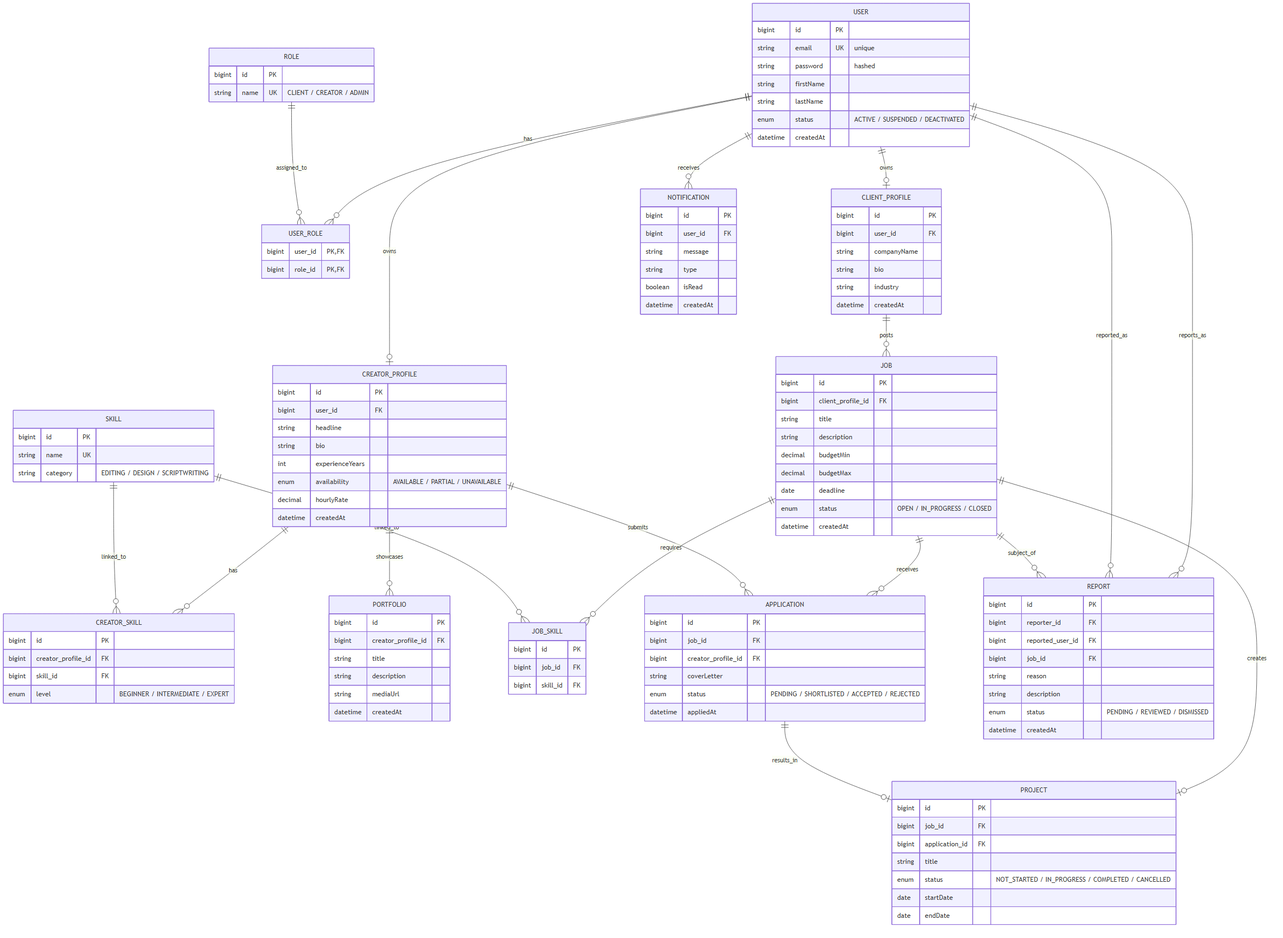
Above: docs/diagrams/er-diagram.png in hanush301102-sudo/capstone (Mermaid), before the change. Its source is kept beside it as docs/diagrams/er-diagram.mmd. Its diagram source:
```mermaid
erDiagram
    USER ||--o{ USER_ROLE : has
    ROLE ||--o{ USER_ROLE : assigned_to
    USER ||--o| CLIENT_PROFILE : owns
    USER ||--o| CREATOR_PROFILE : owns
    CREATOR_PROFILE ||--o{ CREATOR_SKILL : has
    SKILL ||--o{ CREATOR_SKILL : linked_to
    CREATOR_PROFILE ||--o{ PORTFOLIO : showcases
    CLIENT_PROFILE ||--o{ JOB : posts
    JOB ||--o{ JOB_SKILL : requires
    SKILL ||--o{ JOB_SKILL : linked_to
    JOB ||--o{ APPLICATION : receives
    CREATOR_PROFILE ||--o{ APPLICATION : submits
    JOB ||--o| PROJECT : creates
    APPLICATION ||--o| PROJECT : results_in
    USER ||--o{ NOTIFICATION : receives
    USER ||--o{ REPORT : reports_as
    USER ||--o{ REPORT : reported_as
    JOB ||--o{ REPORT : subject_of

    USER {
        bigint id PK
        string email UK "unique"
        string password "hashed"
        string firstName
        string lastName
        enum status "ACTIVE / SUSPENDED / DEACTIVATED"
        datetime createdAt
    }

    ROLE {
        bigint id PK
        string name UK "CLIENT / CREATOR / ADMIN"
    }

    USER_ROLE {
        bigint user_id PK,FK
        bigint role_id PK,FK
    }

    CLIENT_PROFILE {
        bigint id PK
        bigint user_id FK
        string companyName
        string bio
        string industry
        datetime createdAt
    }

    CREATOR_PROFILE {
        bigint id PK
        bigint user_id FK
        string headline
        string bio
        int experienceYears
        enum availability "AVAILABLE / PARTIAL / UNAVAILABLE"
        decimal hourlyRate
        datetime createdAt
    }

    SKILL {
        bigint id PK
        string name UK
        string category "EDITING / DESIGN / SCRIPTWRITING"
    }

    CREATOR_SKILL {
        bigint id PK
        bigint creator_profile_id FK
        bigint skill_id FK
        enum level "BEGINNER / INTERMEDIATE / EXPERT"
    }

    PORTFOLIO {
        bigint id PK
        bigint creator_profile_id FK
        string title
        string description
        string mediaUrl
        datetime createdAt
    }

    JOB {
        bigint id PK
        bigint client_profile_id FK
        string title
        string description
        decimal budgetMin
        decimal budgetMax
        date deadline
        enum status "OPEN / IN_PROGRESS / CLOSED"
        datetime createdAt
    }

    JOB_SKILL {
        bigint id PK
        bigint job_id FK
        bigint skill_id FK
    }

    APPLICATION {
        bigint id PK
        bigint job_id FK
        bigint creator_profile_id FK
        string coverLetter
        enum status "PENDING / SHORTLISTED / ACCEPTED / REJECTED"
        datetime appliedAt
    }

    PROJECT {
        bigint id PK
        bigint job_id FK
        bigint application_id FK
        string title
        enum status "NOT_STARTED / IN_PROGRESS / COMPLETED / CANCELLED"
        date startDate
        date endDate
    }

    NOTIFICATION {
        bigint id PK
        bigint user_id FK
        string message
        string type
        boolean isRead
        datetime createdAt
    }

    REPORT {
        bigint id PK
        bigint reporter_id FK
        bigint reported_user_id FK
        bigint job_id FK
        string reason
        string description
        enum status "PENDING / REVIEWED / DISMISSED"
        datetime createdAt
    }
```
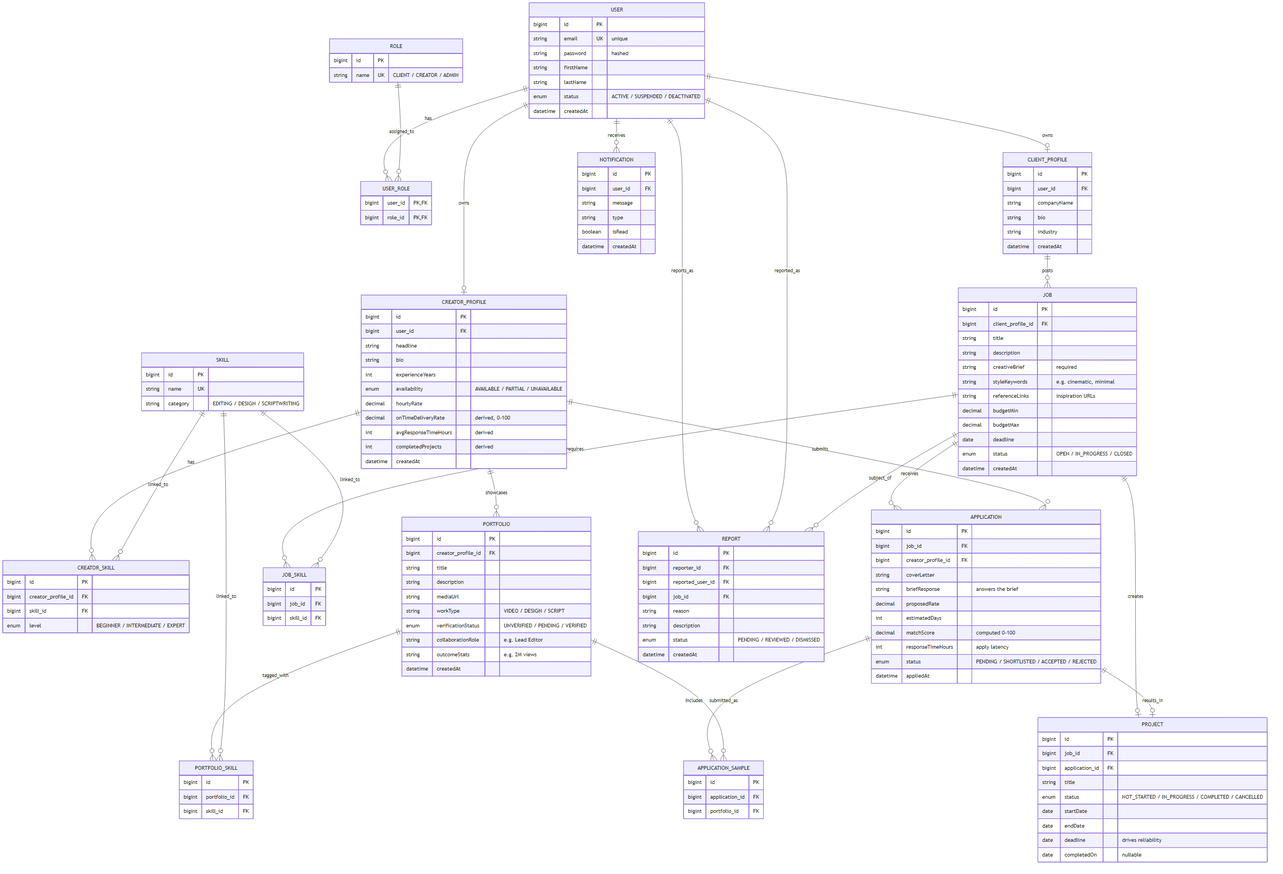
Later version of the same file.

Commit message:
docs: rework ER diagram with briefs, match score, verification, reliability

The edit, as a diff of the source:
```diff
@@ -6,11 +6,15 @@
     CREATOR_PROFILE ||--o{ CREATOR_SKILL : has
     SKILL ||--o{ CREATOR_SKILL : linked_to
     CREATOR_PROFILE ||--o{ PORTFOLIO : showcases
+    PORTFOLIO ||--o{ PORTFOLIO_SKILL : tagged_with
+    SKILL ||--o{ PORTFOLIO_SKILL : linked_to
     CLIENT_PROFILE ||--o{ JOB : posts
     JOB ||--o{ JOB_SKILL : requires
     SKILL ||--o{ JOB_SKILL : linked_to
     JOB ||--o{ APPLICATION : receives
     CREATOR_PROFILE ||--o{ APPLICATION : submits
+    APPLICATION ||--o{ APPLICATION_SAMPLE : includes
+    PORTFOLIO ||--o{ APPLICATION_SAMPLE : submitted_as
     JOB ||--o| PROJECT : creates
     APPLICATION ||--o| PROJECT : results_in
     USER ||--o{ NOTIFICATION : receives
@@ -55,6 +59,9 @@
         int experienceYears
         enum availability "AVAILABLE / PARTIAL / UNAVAILABLE"
         decimal hourlyRate
+        decimal onTimeDeliveryRate "derived, 0-100"
+        int avgResponseTimeHours "derived"
+        int completedProjects "derived"
         datetime createdAt
     }
 
@@ -77,7 +84,17 @@
         string title
         string description
         string mediaUrl
+        string workType "VIDEO / DESIGN / SCRIPT"
+        enum verificationStatus "UNVERIFIED / PENDING / VERIFIED"
+        string collaborationRole "e.g. Lead Editor"
+        string outcomeStats "e.g. 2M views"
         datetime createdAt
+    }
+
+    PORTFOLIO_SKILL {
+        bigint id PK
+        bigint portfolio_id FK
+        bigint skill_id FK
     }
 
     JOB {
@@ -85,6 +102,9 @@
         bigint client_profile_id FK
         string title
         string description
+        string creativeBrief "required"
+        string styleKeywords "e.g. cinematic, minimal"
+        string referenceLinks "inspiration URLs"
         decimal budgetMin
         decimal budgetMax
         date deadline
@@ -103,8 +123,19 @@
         bigint job_id FK
         bigint creator_profile_id FK
         string coverLetter
+        string briefResponse "answers the brief"
+        decimal proposedRate
+        int estimatedDays
+        decimal matchScore "computed 0-100"
+        int responseTimeHours "apply latency"
         enum status "PENDING / SHORTLISTED / ACCEPTED / REJECTED"
         datetime appliedAt
+    }
+
+    APPLICATION_SAMPLE {
+        bigint id PK
+        bigint application_id FK
+        bigint portfolio_id FK
     }
 
     PROJECT {
@@ -115,6 +146,8 @@
         enum status "NOT_STARTED / IN_PROGRESS / COMPLETED / CANCELLED"
         date startDate
         date endDate
+        date deadline "drives reliability"
+        date completedOn "nullable"
     }
 
     NOTIFICATION {
```
